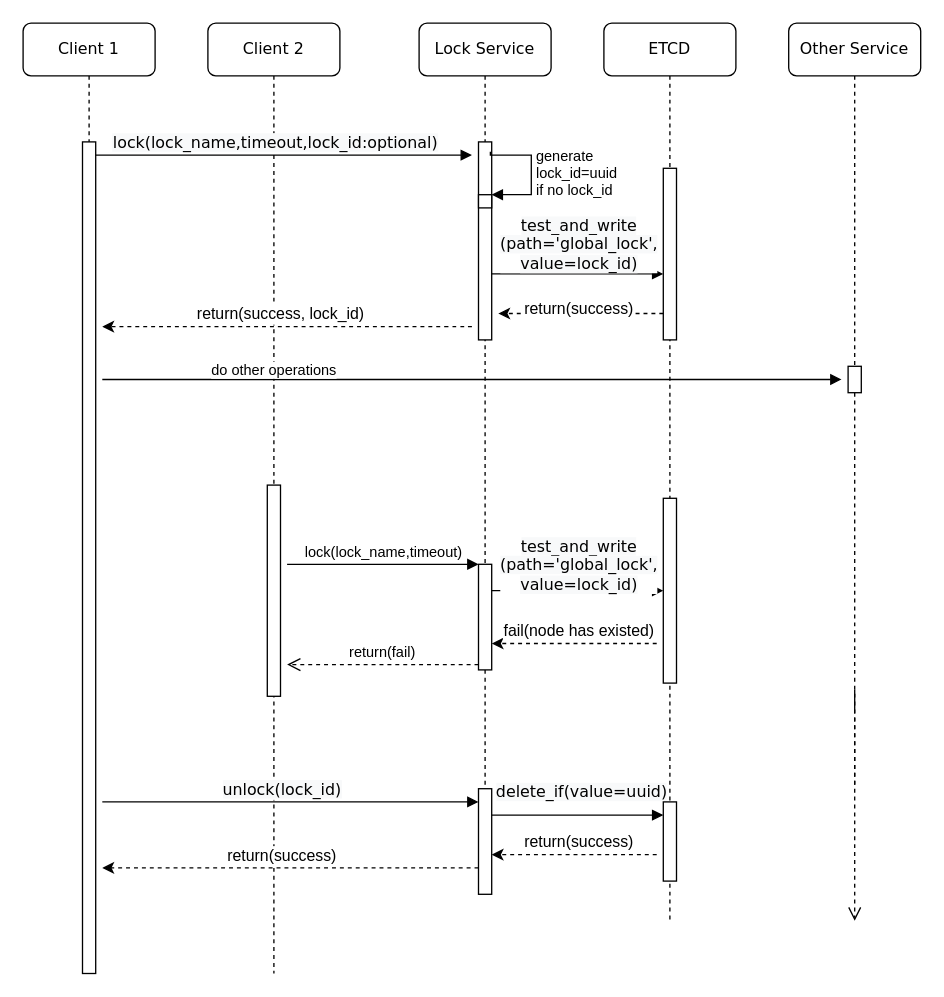
The draw.io diagram lockservice-func-spec.drawio in terryzhu/playground, before the edit. Source tidied: cells renumbered, new cells numbered last; positions are measured from the earlier drawing's top-left corner, leaving out a move shared by most shapes. Both pictures are drawn from the tidied source at 132%, with x=0, y=0 at pixel (22, 22).
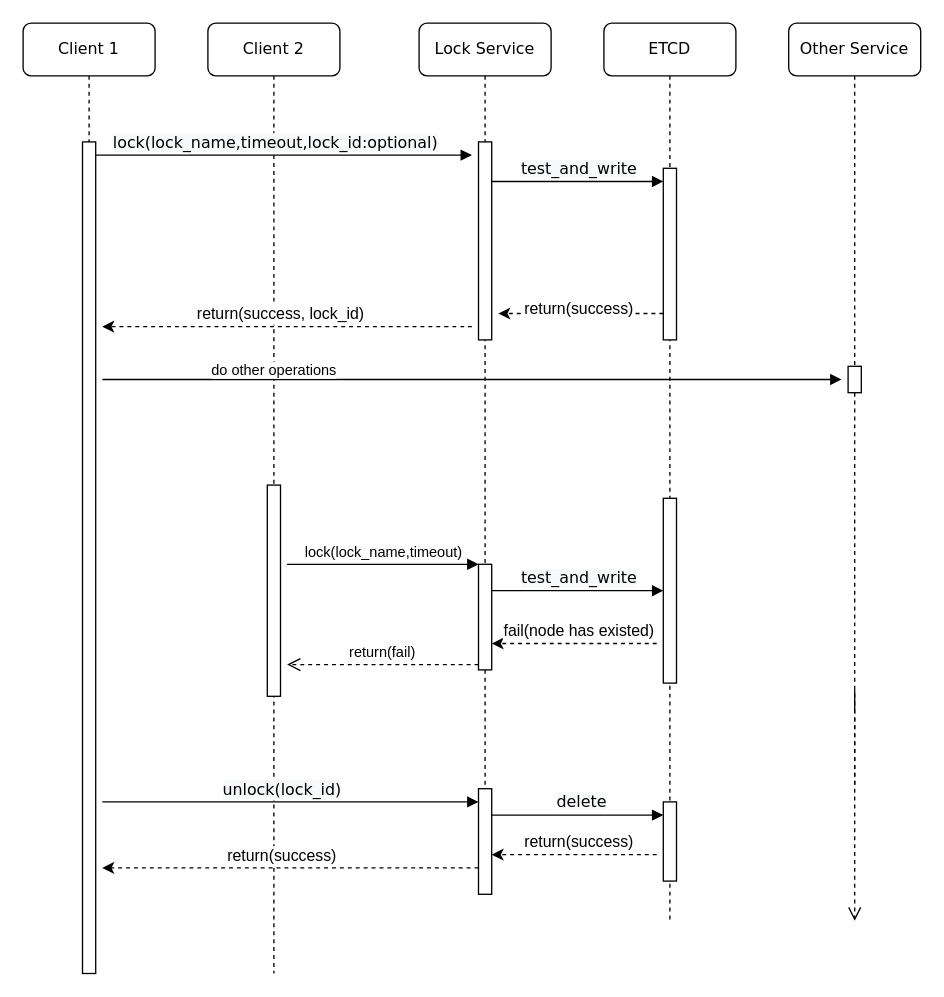
Above is the later version.

The change refers to these unchanged cells:
```xml
<mxCell id="4" value="Lock Service" style="shape=umlLifeline;perimeter=lifelinePerimeter;whiteSpace=wrap;html=1;rounded=1;shadow=0;comic=0;labelBackgroundColor=none;strokeWidth=1;fontFamily=Verdana;fontSize=12;align=center;fillColor=#ffffff;" parent="1" vertex="1">
  <mxGeometry x="300" width="100" height="580" as="geometry" />
</mxCell>
<mxCell id="5" style="html=1;points=[];perimeter=orthogonalPerimeter;rounded=0;shadow=0;comic=0;labelBackgroundColor=none;strokeWidth=1;fontFamily=Verdana;fontSize=12;align=center;" parent="4" vertex="1">
  <mxGeometry x="45" y="90" width="10" height="150" as="geometry" />
</mxCell>
<mxCell id="28" style="html=1;verticalAlign=bottom;endArrow=block;labelBackgroundColor=none;fontFamily=Verdana;fontSize=12;edgeStyle=elbowEdgeStyle;elbow=vertical;" parent="1" edge="1">
  <mxGeometry y="10" relative="1" as="geometry">
    <mxPoint x="355" y="430" as="sourcePoint" />
    <mxPoint x="485" y="430" as="targetPoint" />
    <Array as="points">
      <mxPoint x="430" y="430" />
      <mxPoint x="420" y="410" />
      <mxPoint x="360" y="430" />
    </Array>
  </mxGeometry>
</mxCell>
<mxCell id="35" style="html=1;verticalAlign=bottom;endArrow=block;labelBackgroundColor=none;fontFamily=Verdana;fontSize=12;edgeStyle=elbowEdgeStyle;elbow=vertical;" parent="1" edge="1">
  <mxGeometry y="10" relative="1" as="geometry">
    <mxPoint x="355" y="600" as="sourcePoint" />
    <mxPoint x="485" y="600" as="targetPoint" />
    <Array as="points">
      <mxPoint x="430" y="600" />
      <mxPoint x="420" y="580" />
      <mxPoint x="360" y="600" />
    </Array>
  </mxGeometry>
</mxCell>
```

Diff of the diagram source:
```diff
@@
-    <mxCell id="6" style="html=1;points=[];perimeter=orthogonalPerimeter;" parent="4" vertex="1">
-      <mxGeometry x="45" y="130" width="10" height="10" as="geometry" />
-    </mxCell>
-    <mxCell id="7" value="generate&lt;br&gt;lock_id=uuid&lt;br&gt;if no lock_id" style="edgeStyle=orthogonalEdgeStyle;html=1;align=left;spacingLeft=2;endArrow=block;rounded=0;entryX=1;entryY=0;exitX=0.9;exitY=0.05;exitDx=0;exitDy=0;exitPerimeter=0;" parent="4" edge="1" source="5" target="6">
-      <mxGeometry relative="1" as="geometry">
-        <Array as="points">
-          <mxPoint x="54" y="100" />
-          <mxPoint x="85" y="100" />
-          <mxPoint x="85" y="130" />
-        </Array>
-      </mxGeometry>
-    </mxCell>
@@
     <mxCell id="15" style="html=1;verticalAlign=bottom;endArrow=block;labelBackgroundColor=none;fontFamily=Verdana;fontSize=12;edgeStyle=elbowEdgeStyle;elbow=vertical;" parent="1" edge="1">
       <mxGeometry y="10" relative="1" as="geometry">
-        <mxPoint x="355" y="190" as="sourcePoint" />
-        <mxPoint x="485" y="190" as="targetPoint" />
+        <mxPoint x="355" y="120" as="sourcePoint" />
+        <mxPoint x="485" y="120" as="targetPoint" />
         <Array as="points">
-          <mxPoint x="430" y="190" />
-          <mxPoint x="420" y="170" />
-          <mxPoint x="360" y="190" />
+          <mxPoint x="430" y="120" />
+          <mxPoint x="420" y="100" />
+          <mxPoint x="360" y="120" />
         </Array>
       </mxGeometry>
     </mxCell>
-    <mxCell id="16" value="&lt;span style=&quot;font-family: &amp;#34;verdana&amp;#34; ; background-color: rgb(248 , 249 , 250)&quot;&gt;test_and_write&lt;/span&gt;&lt;br style=&quot;font-family: &amp;#34;verdana&amp;#34; ; background-color: rgb(248 , 249 , 250)&quot;&gt;&lt;span style=&quot;font-family: &amp;#34;verdana&amp;#34; ; background-color: rgb(248 , 249 , 250)&quot;&gt;(path='global_lock',&lt;br&gt;value=lock_id)&lt;/span&gt;" style="text;html=1;align=center;verticalAlign=middle;labelBackgroundColor=#ffffff;" parent="15" vertex="1">
+    <mxCell id="16" value="&lt;span style=&quot;font-family: &amp;#34;verdana&amp;#34; ; background-color: rgb(248 , 249 , 250)&quot;&gt;test_and_write&lt;/span&gt;" style="text;html=1;align=center;verticalAlign=middle;labelBackgroundColor=#ffffff;" parent="15" vertex="1">
       <mxGeometry x="0.15" y="33" relative="1" as="geometry">
-        <mxPoint x="-10" y="10" as="offset" />
+        <mxPoint x="-10" y="23" as="offset" />
       </mxGeometry>
     </mxCell>
@@
-    <mxCell id="29" value="&lt;span style=&quot;font-family: &amp;#34;verdana&amp;#34; ; background-color: rgb(248 , 249 , 250)&quot;&gt;test_and_write&lt;/span&gt;&lt;br style=&quot;font-family: &amp;#34;verdana&amp;#34; ; background-color: rgb(248 , 249 , 250)&quot;&gt;&lt;span style=&quot;font-family: &amp;#34;verdana&amp;#34; ; background-color: rgb(248 , 249 , 250)&quot;&gt;(path='global_lock',&lt;br&gt;value=lock_id)&lt;/span&gt;" style="text;html=1;align=center;verticalAlign=middle;labelBackgroundColor=#ffffff;" parent="28" vertex="1">
+    <mxCell id="29" value="&lt;span style=&quot;font-family: &amp;#34;verdana&amp;#34; ; background-color: rgb(248 , 249 , 250)&quot;&gt;test_and_write&lt;/span&gt;" style="text;html=1;align=center;verticalAlign=middle;labelBackgroundColor=#ffffff;" parent="28" vertex="1">
       <mxGeometry x="0.15" y="33" relative="1" as="geometry">
-        <mxPoint x="-10" y="13" as="offset" />
+        <mxPoint x="-10" y="23" as="offset" />
       </mxGeometry>
     </mxCell>
@@
-    <mxCell id="36" value="&lt;font face=&quot;verdana&quot;&gt;&lt;span style=&quot;background-color: rgb(248 , 249 , 250)&quot;&gt;delete_if(value=uuid)&lt;/span&gt;&lt;/font&gt;" style="text;html=1;align=center;verticalAlign=middle;labelBackgroundColor=#ffffff;" parent="35" vertex="1">
+    <mxCell id="36" value="&lt;font face=&quot;verdana&quot;&gt;&lt;span style=&quot;background-color: rgb(248 , 249 , 250)&quot;&gt;delete&lt;/span&gt;&lt;/font&gt;" style="text;html=1;align=center;verticalAlign=middle;labelBackgroundColor=#ffffff;" parent="35" vertex="1">
       <mxGeometry x="0.15" y="33" relative="1" as="geometry">
-        <mxPoint x="-8" y="15" as="offset" />
+        <mxPoint x="-8" y="22" as="offset" />
       </mxGeometry>
     </mxCell>
```
